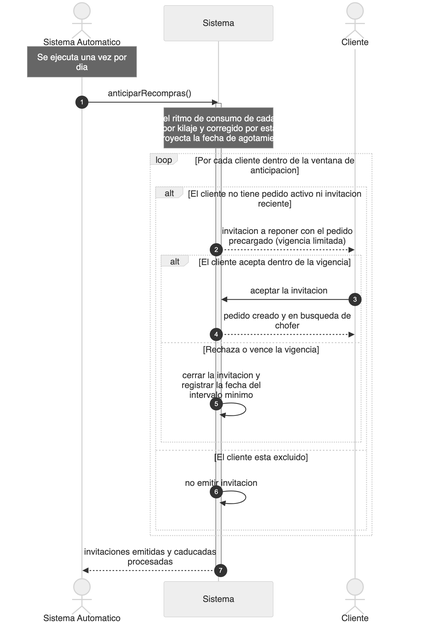
Earlier version of the Mermaid export diagramas/png/DSS_CU-106_Anticipar-La-Recompra-Por-Consumo-Estimado.png (Nahuelito-Dev/splg-docs). Its source is kept beside it as diagramas/DSS_CU-106_Anticipar-La-Recompra-Por-Consumo-Estimado.mmd. Source of this version:
```mermaid
sequenceDiagram
    title DSS — CU-106 Anticipar La Recompra Por Consumo Estimado
    autonumber
    actor SAU as Sistema Automatico
    participant SIS as Sistema
    actor CLI as Cliente

    Note over SAU: Se ejecuta una vez por dia
    SAU->>SIS: anticiparRecompras()
    activate SIS
    Note over SIS: Estima el ritmo de consumo de cada cliente<br/>ponderado por kilaje y corregido por estacionalidad,<br/>y proyecta la fecha de agotamiento

    loop Por cada cliente dentro de la ventana de anticipacion
        alt El cliente no tiene pedido activo ni invitacion reciente
            SIS-->>CLI: invitacion a reponer con el pedido precargado (vigencia limitada)
            alt El cliente acepta dentro de la vigencia
                CLI->>SIS: aceptarInvitacionDeRecompra(invitacionId)
                SIS-->>CLI: pedido creado y en busqueda de chofer
            else Rechaza o vence la vigencia
                SIS->>SIS: cerrar la invitacion y registrar la fecha del intervalo minimo
            end
        else El cliente esta excluido
            SIS->>SIS: no emitir invitacion
        end
    end
    SIS-->>SAU: invitaciones emitidas y caducadas procesadas
    deactivate SIS
```
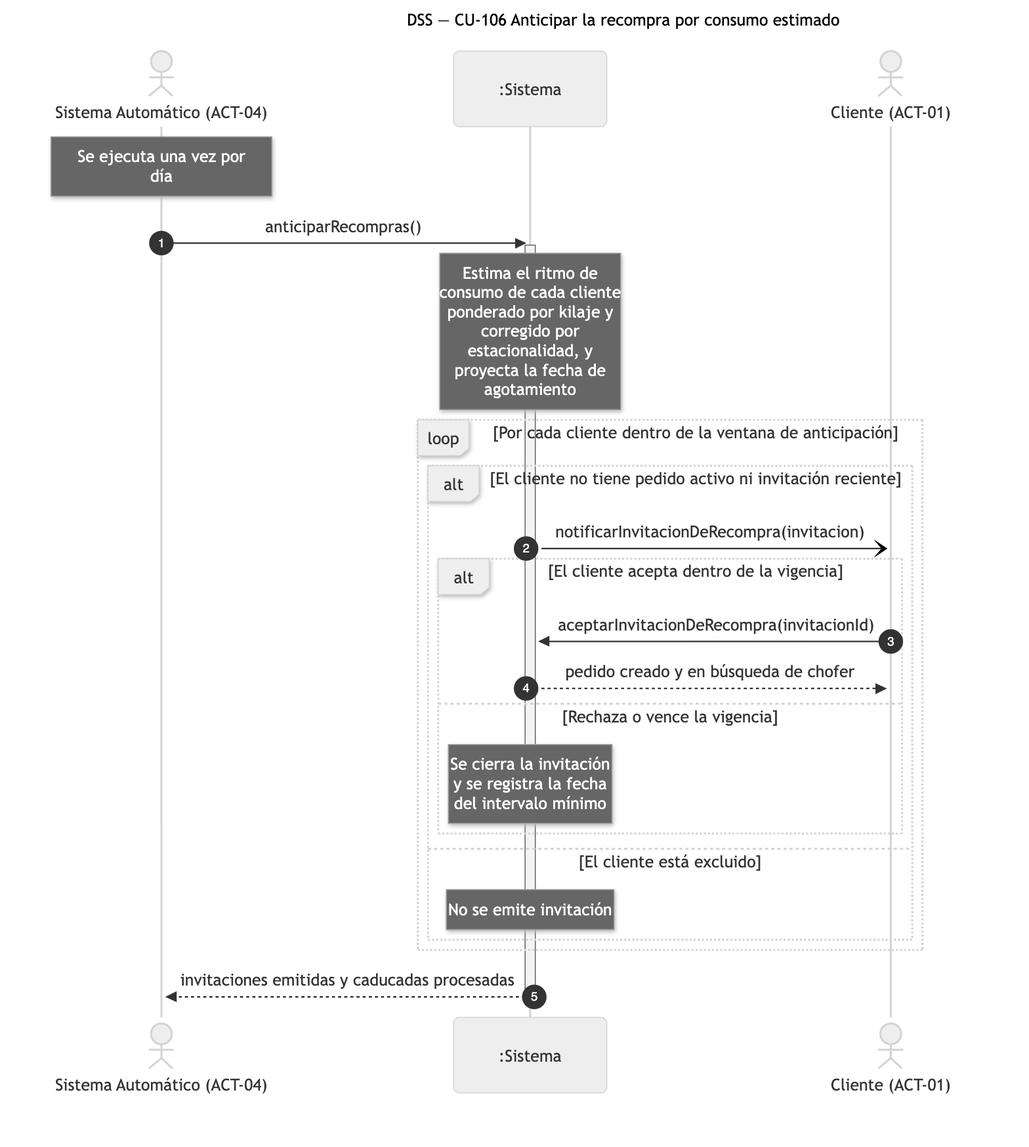
After the commit.

What changed in the source:
```diff
@@ -1,26 +1,26 @@
 sequenceDiagram
-    title DSS — CU-106 Anticipar La Recompra Por Consumo Estimado
+    title DSS — CU-106 Anticipar la recompra por consumo estimado
     autonumber
-    actor SAU as Sistema Automatico
-    participant SIS as Sistema
-    actor CLI as Cliente
+    actor SAU as Sistema Automático (ACT-04)
+    participant SIS as :Sistema
+    actor CLI as Cliente (ACT-01)
 
-    Note over SAU: Se ejecuta una vez por dia
+    Note over SAU: Se ejecuta una vez por<br/>día
     SAU->>SIS: anticiparRecompras()
     activate SIS
-    Note over SIS: Estima el ritmo de consumo de cada cliente<br/>ponderado por kilaje y corregido por estacionalidad,<br/>y proyecta la fecha de agotamiento
+    Note over SIS: Estima el ritmo de<br/>consumo de cada cliente<br/>ponderado por kilaje y<br/>corregido por<br/>estacionalidad, y<br/>proyecta la fecha de<br/>agotamiento
 
-    loop Por cada cliente dentro de la ventana de anticipacion
-        alt El cliente no tiene pedido activo ni invitacion reciente
-            SIS-->>CLI: invitacion a reponer con el pedido precargado (vigencia limitada)
+    loop Por cada cliente dentro de la ventana de anticipación
+        alt El cliente no tiene pedido activo ni invitación reciente
+            SIS-)CLI: notificarInvitacionDeRecompra(invitacion)
             alt El cliente acepta dentro de la vigencia
                 CLI->>SIS: aceptarInvitacionDeRecompra(invitacionId)
-                SIS-->>CLI: pedido creado y en busqueda de chofer
+                SIS-->>CLI: pedido creado y en búsqueda de chofer
             else Rechaza o vence la vigencia
-                SIS->>SIS: cerrar la invitacion y registrar la fecha del intervalo minimo
+                Note over SIS: Se cierra la invitación<br/>y se registra la fecha<br/>del intervalo mínimo
             end
-        else El cliente esta excluido
-            SIS->>SIS: no emitir invitacion
+        else El cliente está excluido
+            Note over SIS: No se emite invitación
         end
     end
     SIS-->>SAU: invitaciones emitidas y caducadas procesadas
```
